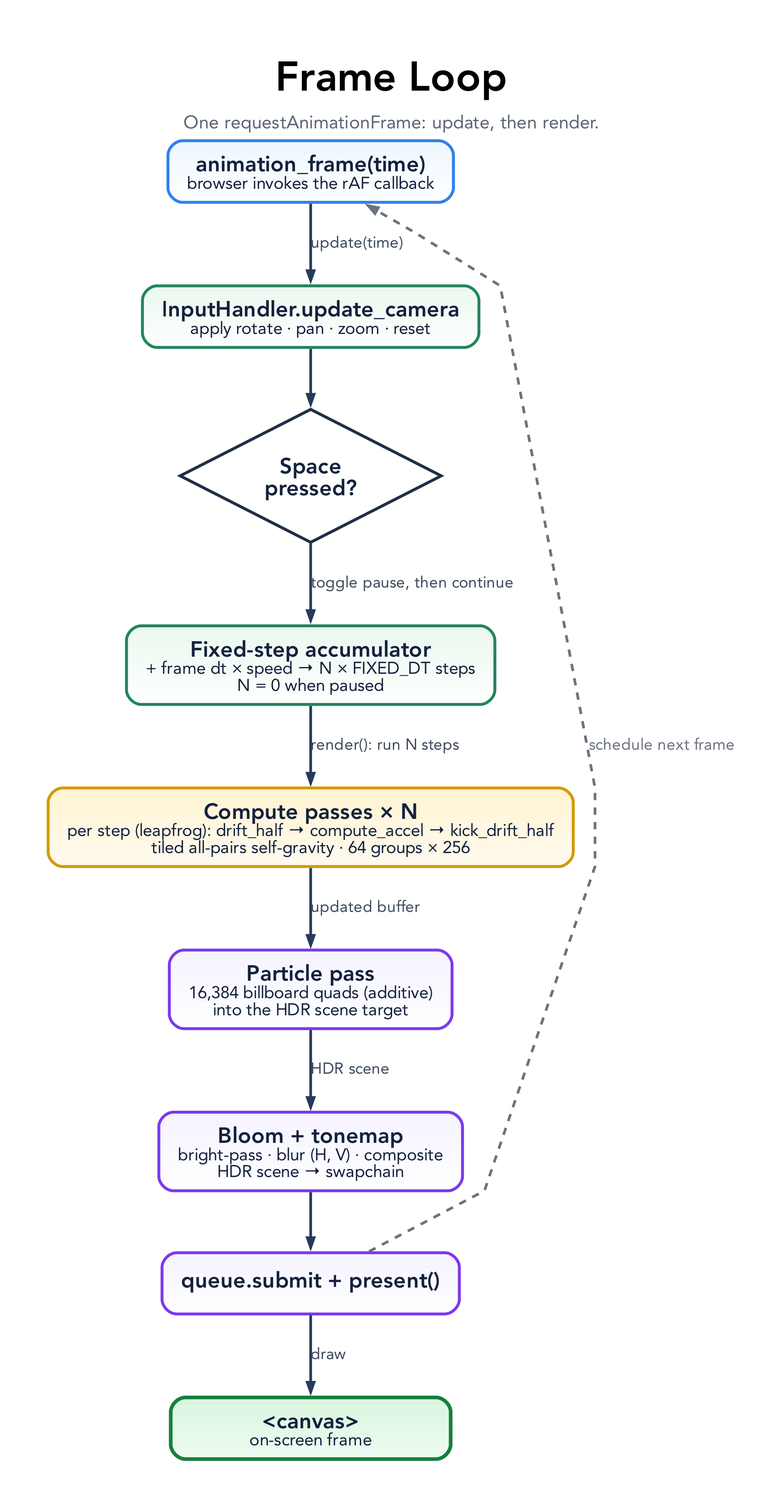
Earlier version of the Graphviz export docs/diagrams/frame-loop.png (tre-systems/galacto). Its source is kept beside it as docs/diagrams/frame-loop.dot.
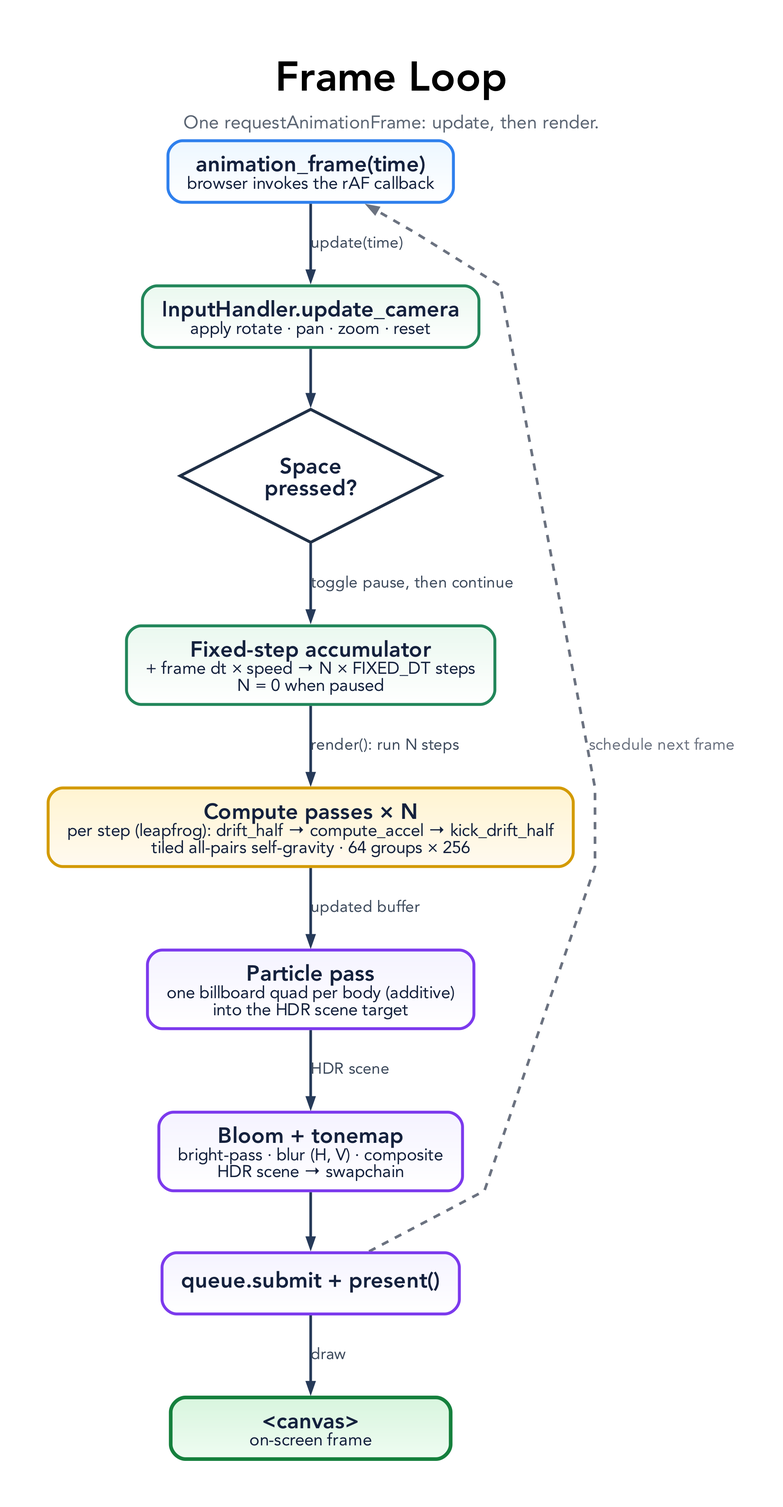
The same file after the commit.

Change to the diagram source:
```diff
@@ -51,7 +51,7 @@
   U3 [label=<<B>Fixed-step accumulator</B><BR/><FONT POINT-SIZE="14">+ frame dt × speed → N × FIXED_DT steps<BR/>N = 0 when paused</FONT>>, fillcolor="#eaf8ef:#ffffff", color="#22865a"];
 
   CP [label=<<B>Compute passes × N</B><BR/><FONT POINT-SIZE="14">per step (leapfrog): drift_half → compute_accel → kick_drift_half<BR/>tiled all-pairs self-gravity · 64 groups × 256</FONT>>, fillcolor="#fff4d1:#fffaf0", color="#d39a00"];
-  RP [label=<<B>Particle pass</B><BR/><FONT POINT-SIZE="14">16,384 billboard quads (additive)<BR/>into the HDR scene target</FONT>>, fillcolor="#f5f3ff:#ffffff", color="#7c3aed"];
+  RP [label=<<B>Particle pass</B><BR/><FONT POINT-SIZE="14">one billboard quad per body (additive)<BR/>into the HDR scene target</FONT>>, fillcolor="#f5f3ff:#ffffff", color="#7c3aed"];
   BLOOM [label=<<B>Bloom + tonemap</B><BR/><FONT POINT-SIZE="14">bright-pass · blur (H, V) · composite<BR/>HDR scene → swapchain</FONT>>, fillcolor="#f5f3ff:#ffffff", color="#7c3aed"];
   PRES [label=<<B>queue.submit + present()</B>>, fillcolor="#f5f3ff:#ffffff", color="#7c3aed"];
 
```
